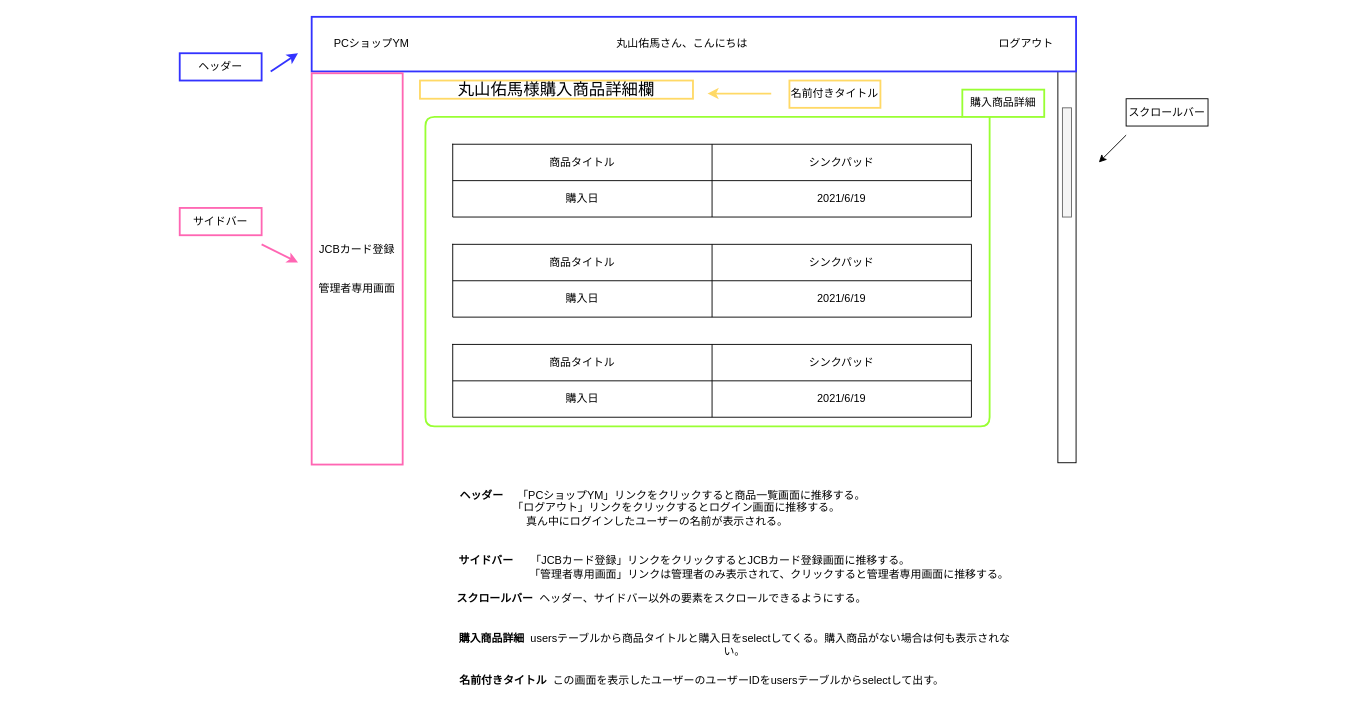
Earlier version of the draw.io diagram page "ユーザー購入商品詳細画面" (12 of 21) of src/main/resources/templates/shopping/Untitled Diagram.drawio (YumaMaruyama/ITworksTRYshopping). Source tidied: cells renumbered, new cells numbered last; positions are measured from the earlier drawing's top-left corner, leaving out a move shared by most shapes. Both pictures are drawn from the tidied source at 91%, with x=0, y=0 at pixel (15, 16).
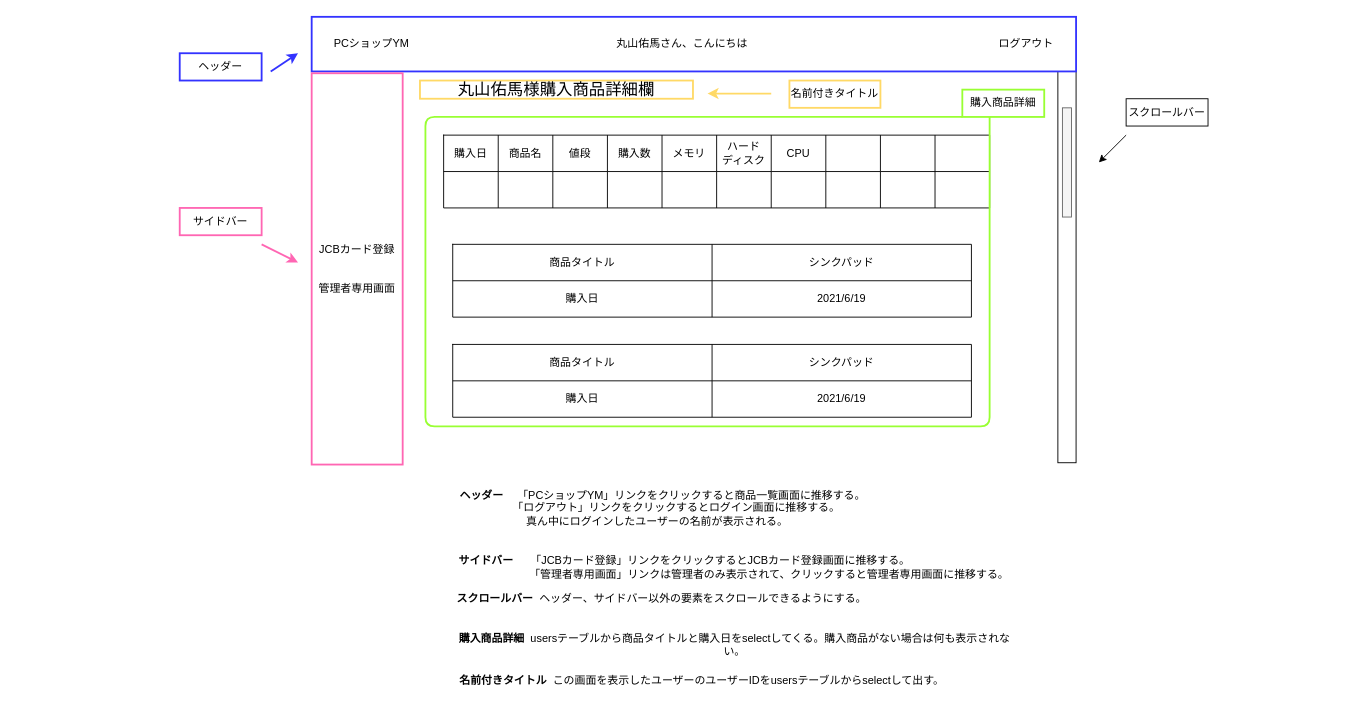
Above is the later version.

Commit message:
購入商品履歴　画面設計

The change refers to these unchanged cells:
```xml
<mxCell id="2" style="group;" parent="1" vertex="1">
  <mxGeometry x="170" width="1140" height="490" as="geometry" />
</mxCell>
```

The edit, as a diff of the source:
```diff
@@
-    <mxCell id="7" style="shape=table;startSize=0;childLayout=tableLayout;" parent="2" vertex="1">
-      <mxGeometry x="310" y="140" width="570" height="80" as="geometry" />
-    </mxCell>
-    <mxCell id="8" style="shape=partialRectangle;fillColor=none;top=0;left=0;bottom=0;right=0;" parent="7" vertex="1">
-      <mxGeometry width="570" height="40" as="geometry" />
-    </mxCell>
-    <mxCell id="9" value="商品タイトル" style="shape=partialRectangle;html=1;whiteSpace=wrap;overflow=hidden;fillColor=none;top=0;left=0;bottom=0;right=0;" parent="8" vertex="1">
-      <mxGeometry width="285" height="40" as="geometry" />
-    </mxCell>
-    <mxCell id="10" value="シンクパッド" style="shape=partialRectangle;html=1;whiteSpace=wrap;overflow=hidden;fillColor=none;top=0;left=0;bottom=0;right=0;" parent="8" vertex="1">
-      <mxGeometry x="285" width="285" height="40" as="geometry" />
-    </mxCell>
-    <mxCell id="11" style="shape=partialRectangle;fillColor=none;top=0;left=0;bottom=0;right=0;" parent="7" vertex="1">
-      <mxGeometry y="40" width="570" height="40" as="geometry" />
-    </mxCell>
-    <mxCell id="12" value="購入日" style="shape=partialRectangle;html=1;whiteSpace=wrap;overflow=hidden;fillColor=none;top=0;left=0;bottom=0;right=0;" parent="11" vertex="1">
-      <mxGeometry width="285" height="40" as="geometry" />
-    </mxCell>
-    <mxCell id="13" value="2021/6/19" style="shape=partialRectangle;html=1;whiteSpace=wrap;overflow=hidden;fillColor=none;top=0;left=0;bottom=0;right=0;" parent="11" vertex="1">
-      <mxGeometry x="285" width="285" height="40" as="geometry" />
-    </mxCell>
@@
+    <mxCell id="44" style="shape=table;startSize=0;childLayout=tableLayout;" parent="2" vertex="1">
+      <mxGeometry x="300" y="130" width="600" height="80" as="geometry" />
+    </mxCell>
+    <mxCell id="45" style="shape=partialRectangle;fillColor=none;top=0;left=0;bottom=0;right=0;" parent="44" vertex="1">
+      <mxGeometry width="600" height="40" as="geometry" />
+    </mxCell>
+    <mxCell id="12" value="購入日" style="shape=partialRectangle;html=1;whiteSpace=wrap;overflow=hidden;fillColor=none;top=0;left=0;bottom=0;right=0;" parent="45" vertex="1">
+      <mxGeometry width="60" height="40" as="geometry" />
+    </mxCell>
+    <mxCell id="46" value="商品名" style="shape=partialRectangle;html=1;whiteSpace=wrap;overflow=hidden;fillColor=none;top=0;left=0;bottom=0;right=0;" parent="45" vertex="1">
+      <mxGeometry x="60" width="60" height="40" as="geometry" />
+    </mxCell>
+    <mxCell id="47" value="値段" style="shape=partialRectangle;html=1;whiteSpace=wrap;overflow=hidden;fillColor=none;top=0;left=0;bottom=0;right=0;" parent="45" vertex="1">
+      <mxGeometry x="120" width="60" height="40" as="geometry" />
+    </mxCell>
+    <mxCell id="48" value="購入数" style="shape=partialRectangle;html=1;whiteSpace=wrap;overflow=hidden;fillColor=none;top=0;left=0;bottom=0;right=0;" parent="45" vertex="1">
+      <mxGeometry x="180" width="60" height="40" as="geometry" />
+    </mxCell>
+    <mxCell id="49" value="メモリ" style="shape=partialRectangle;html=1;whiteSpace=wrap;overflow=hidden;fillColor=none;top=0;left=0;bottom=0;right=0;" parent="45" vertex="1">
+      <mxGeometry x="240" width="60" height="40" as="geometry" />
+    </mxCell>
+    <mxCell id="50" value="ハード&lt;br&gt;ディスク" style="shape=partialRectangle;html=1;whiteSpace=wrap;overflow=hidden;fillColor=none;top=0;left=0;bottom=0;right=0;" parent="45" vertex="1">
+      <mxGeometry x="300" width="60" height="40" as="geometry" />
+    </mxCell>
+    <mxCell id="51" value="CPU" style="shape=partialRectangle;html=1;whiteSpace=wrap;overflow=hidden;fillColor=none;top=0;left=0;bottom=0;right=0;" parent="45" vertex="1">
+      <mxGeometry x="360" width="60" height="40" as="geometry" />
+    </mxCell>
+    <mxCell id="52" style="shape=partialRectangle;html=1;whiteSpace=wrap;overflow=hidden;fillColor=none;top=0;left=0;bottom=0;right=0;" parent="45" vertex="1">
+      <mxGeometry x="420" width="60" height="40" as="geometry" />
+    </mxCell>
+    <mxCell id="53" style="shape=partialRectangle;html=1;whiteSpace=wrap;overflow=hidden;fillColor=none;top=0;left=0;bottom=0;right=0;" parent="45" vertex="1">
+      <mxGeometry x="480" width="60" height="40" as="geometry" />
+    </mxCell>
+    <mxCell id="54" style="shape=partialRectangle;html=1;whiteSpace=wrap;overflow=hidden;fillColor=none;top=0;left=0;bottom=0;right=0;" parent="45" vertex="1">
+      <mxGeometry x="540" width="60" height="40" as="geometry" />
+    </mxCell>
+    <mxCell id="55" style="shape=partialRectangle;fillColor=none;top=0;left=0;bottom=0;right=0;" parent="44" vertex="1">
+      <mxGeometry y="40" width="600" height="40" as="geometry" />
+    </mxCell>
+    <mxCell id="56" style="shape=partialRectangle;html=1;whiteSpace=wrap;overflow=hidden;fillColor=none;top=0;left=0;bottom=0;right=0;" parent="55" vertex="1">
+      <mxGeometry width="60" height="40" as="geometry" />
+    </mxCell>
+    <mxCell id="57" style="shape=partialRectangle;html=1;whiteSpace=wrap;overflow=hidden;fillColor=none;top=0;left=0;bottom=0;right=0;" parent="55" vertex="1">
+      <mxGeometry x="60" width="60" height="40" as="geometry" />
+    </mxCell>
+    <mxCell id="58" style="shape=partialRectangle;html=1;whiteSpace=wrap;overflow=hidden;fillColor=none;top=0;left=0;bottom=0;right=0;" parent="55" vertex="1">
+      <mxGeometry x="120" width="60" height="40" as="geometry" />
+    </mxCell>
+    <mxCell id="59" style="shape=partialRectangle;html=1;whiteSpace=wrap;overflow=hidden;fillColor=none;top=0;left=0;bottom=0;right=0;" parent="55" vertex="1">
+      <mxGeometry x="180" width="60" height="40" as="geometry" />
+    </mxCell>
+    <mxCell id="60" style="shape=partialRectangle;html=1;whiteSpace=wrap;overflow=hidden;fillColor=none;top=0;left=0;bottom=0;right=0;" parent="55" vertex="1">
+      <mxGeometry x="240" width="60" height="40" as="geometry" />
+    </mxCell>
+    <mxCell id="61" style="shape=partialRectangle;html=1;whiteSpace=wrap;overflow=hidden;fillColor=none;top=0;left=0;bottom=0;right=0;" parent="55" vertex="1">
+      <mxGeometry x="300" width="60" height="40" as="geometry" />
+    </mxCell>
+    <mxCell id="62" style="shape=partialRectangle;html=1;whiteSpace=wrap;overflow=hidden;fillColor=none;top=0;left=0;bottom=0;right=0;" parent="55" vertex="1">
+      <mxGeometry x="360" width="60" height="40" as="geometry" />
+    </mxCell>
+    <mxCell id="63" style="shape=partialRectangle;html=1;whiteSpace=wrap;overflow=hidden;fillColor=none;top=0;left=0;bottom=0;right=0;" parent="55" vertex="1">
+      <mxGeometry x="420" width="60" height="40" as="geometry" />
+    </mxCell>
+    <mxCell id="64" style="shape=partialRectangle;html=1;whiteSpace=wrap;overflow=hidden;fillColor=none;top=0;left=0;bottom=0;right=0;" parent="55" vertex="1">
+      <mxGeometry x="480" width="60" height="40" as="geometry" />
+    </mxCell>
+    <mxCell id="65" style="shape=partialRectangle;html=1;whiteSpace=wrap;overflow=hidden;fillColor=none;top=0;left=0;bottom=0;right=0;" parent="55" vertex="1">
+      <mxGeometry x="540" width="60" height="40" as="geometry" />
+    </mxCell>
```
